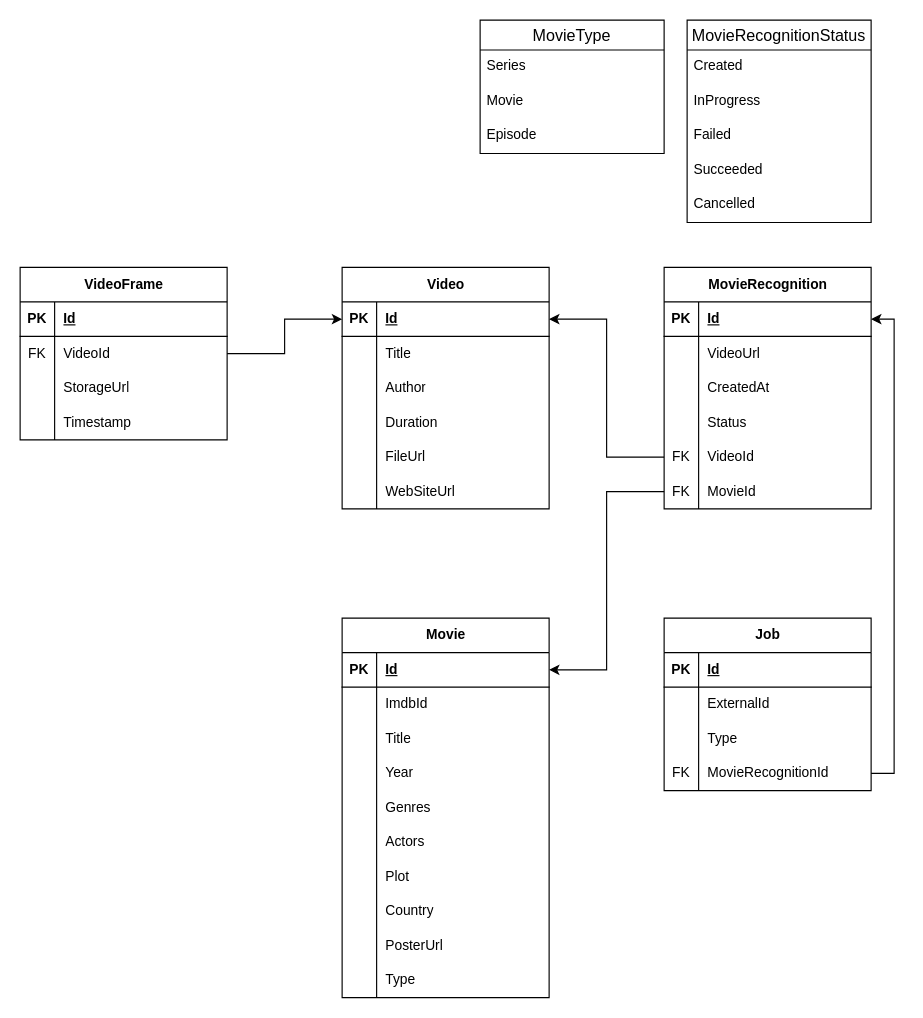
The draw.io diagram docs/MovieRecognizer.drawio in LipatovAlexander/MovieRecognizer, before the edit. Source tidied: cells renumbered, new cells numbered last; positions are measured from the earlier drawing's top-left corner, leaving out a move shared by most shapes. Both pictures are drawn from the tidied source at 115%, with x=0, y=0 at pixel (20, 20).
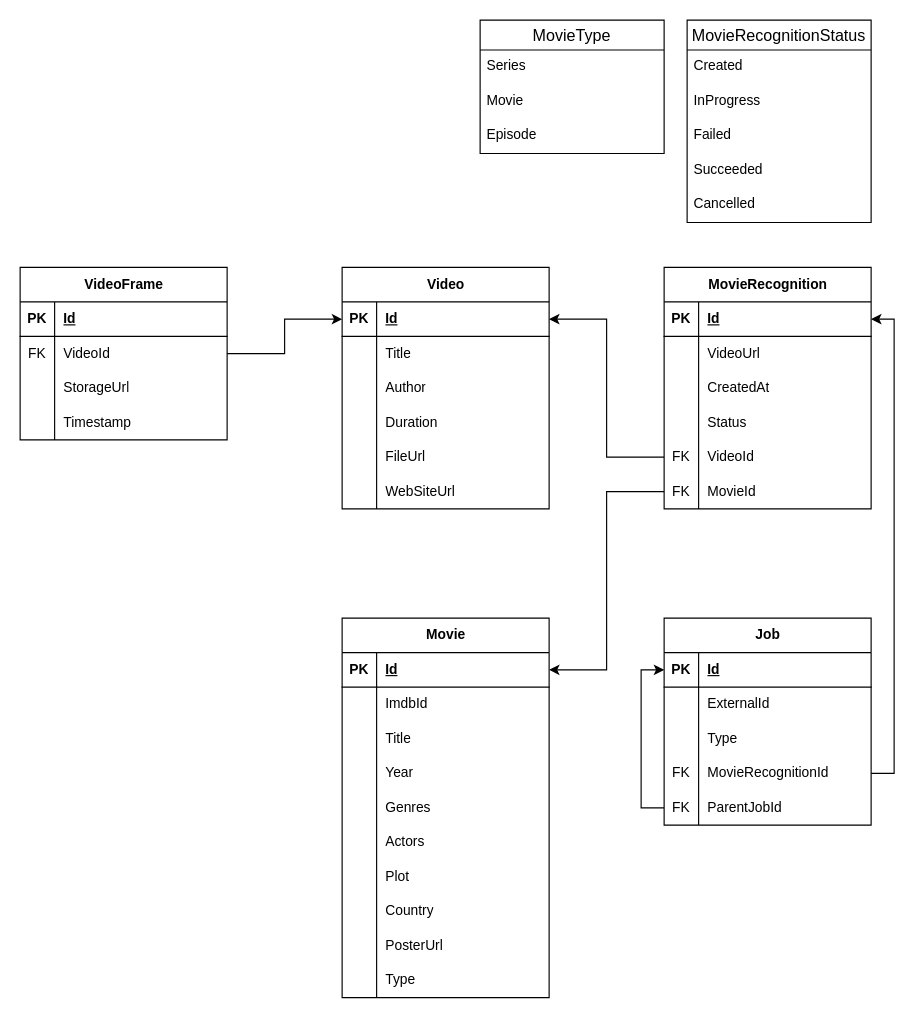
The same page after the edit.

Unchanged cells that the change refers to:
```xml
<mxCell id="98" style="shape=tableRow;horizontal=0;startSize=0;swimlaneHead=0;swimlaneBody=0;fillColor=none;points=[[0,0.5],[1,0.5]];portConstraint=eastwest;top=0;left=0;right=0;bottom=1;" parent="97" vertex="1">
  <mxGeometry y="30" width="180" height="30" as="geometry" />
</mxCell>
```

Diff of the diagram source:
```diff
@@
     <mxCell id="97" value="Job" style="shape=table;startSize=30;childLayout=tableLayout;rowLines=0;fontStyle=1;align=center;html=1;" parent="1" vertex="1">
-      <mxGeometry x="560" y="520" width="180" height="150" as="geometry" />
+      <mxGeometry x="560" y="520" width="180" height="180" as="geometry" />
     </mxCell>
@@
+    <mxCell id="111" style="edgeStyle=orthogonalEdgeStyle;rounded=0;jettySize=auto;html=1;exitX=0;exitY=0.5;exitDx=0;exitDy=0;entryX=0;entryY=0.5;entryDx=0;entryDy=0;" parent="97" edge="1" source="112" target="98">
+      <mxGeometry relative="1" as="geometry" />
+    </mxCell>
+    <mxCell id="112" style="shape=tableRow;horizontal=0;startSize=0;swimlaneHead=0;swimlaneBody=0;fillColor=none;points=[[0,0.5],[1,0.5]];portConstraint=eastwest;top=0;left=0;right=0;bottom=0;" parent="97" vertex="1">
+      <mxGeometry y="150" width="180" height="30" as="geometry" />
+    </mxCell>
+    <mxCell id="113" value="FK" style="shape=partialRectangle;fillColor=none;top=0;left=0;bottom=0;right=0;overflow=hidden;whiteSpace=wrap;html=1;" parent="112" vertex="1">
+      <mxGeometry width="30" height="30" as="geometry" />
+    </mxCell>
+    <mxCell id="114" value="ParentJobId" style="shape=partialRectangle;fillColor=none;top=0;left=0;bottom=0;right=0;align=left;spacingLeft=6;overflow=hidden;whiteSpace=wrap;html=1;" parent="112" vertex="1">
+      <mxGeometry x="30" width="150" height="30" as="geometry" />
+    </mxCell>
```
